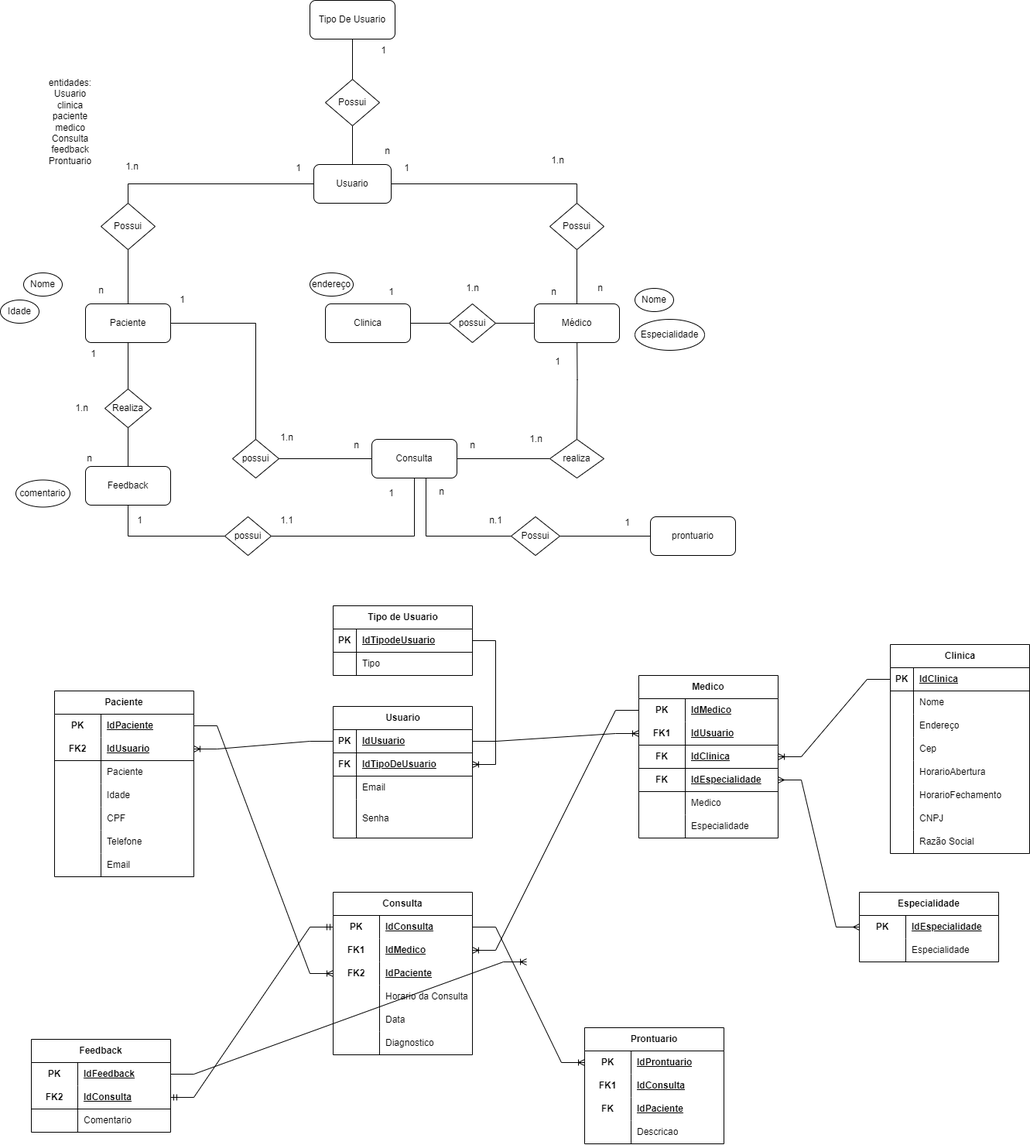
Above: Event+/Modelagem/bancoDeDados.drawio (2).png in KamiMilo/Senai_2Sm (draw.io), before the change. Source tidied: cells renumbered, new cells last; positions are measured from the earlier drawing's top-left corner, leaving out a move shared by most shapes.
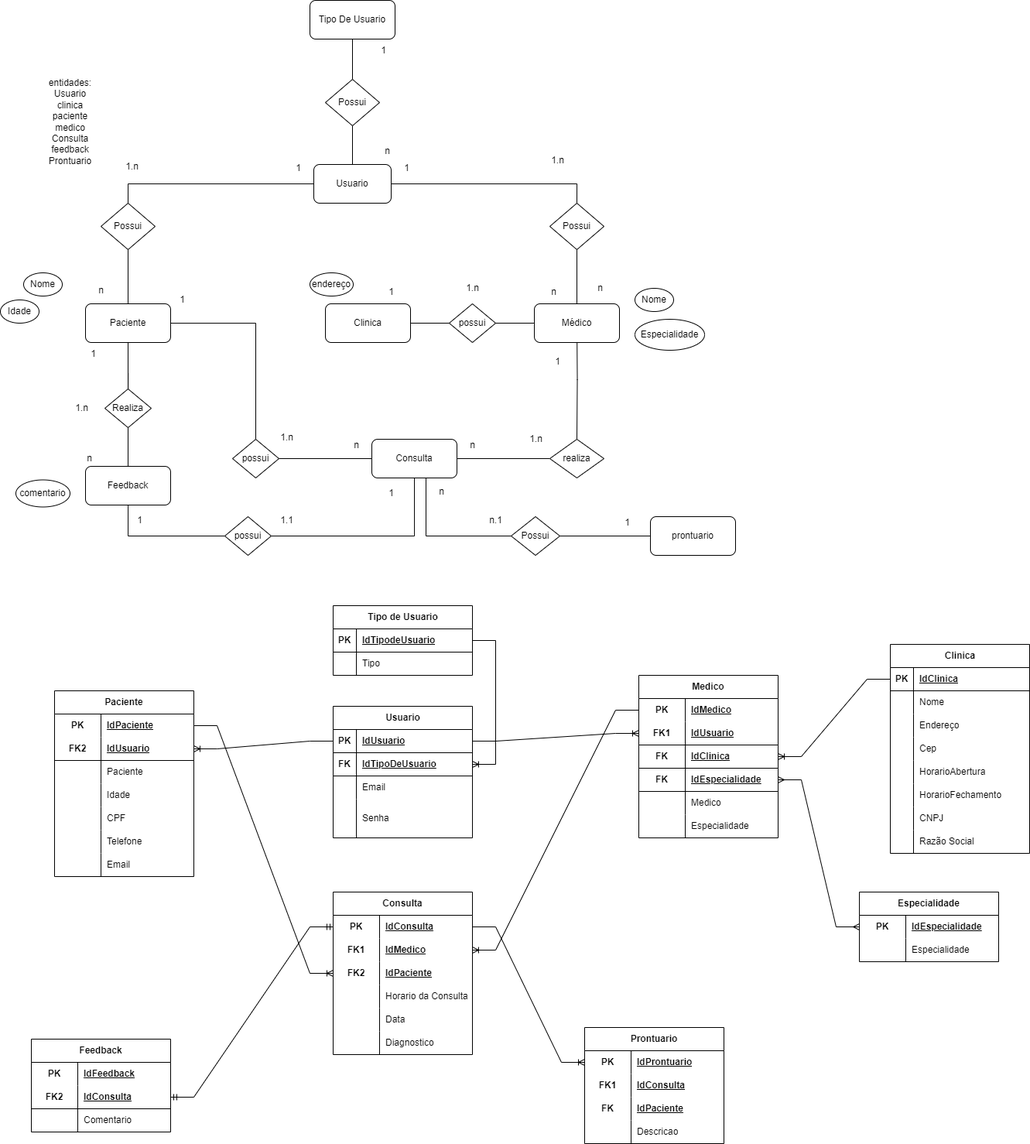
Later version of the same file.

What changed in the source:
```diff
@@ -626,11 +626,6 @@
     <mxCell id="205" style="edgeStyle=entityRelationEdgeStyle;fontSize=12;html=1;endArrow=ERoneToMany;rounded=0;" parent="1" edge="1" source="133" target="165">
       <mxGeometry relative="1" as="geometry" />
     </mxCell>
-    <mxCell id="206" style="edgeStyle=entityRelationEdgeStyle;fontSize=12;html=1;endArrow=ERoneToMany;rounded=0;" parent="1" edge="1" source="178">
-      <mxGeometry relative="1" as="geometry">
-        <mxPoint x="680" y="1242" as="targetPoint" />
-      </mxGeometry>
-    </mxCell>
     <mxCell id="207" style="edgeStyle=entityRelationEdgeStyle;fontSize=12;html=1;endArrow=ERoneToMany;rounded=0;" parent="1" edge="1" source="159" target="188">
       <mxGeometry relative="1" as="geometry" />
     </mxCell>
```
